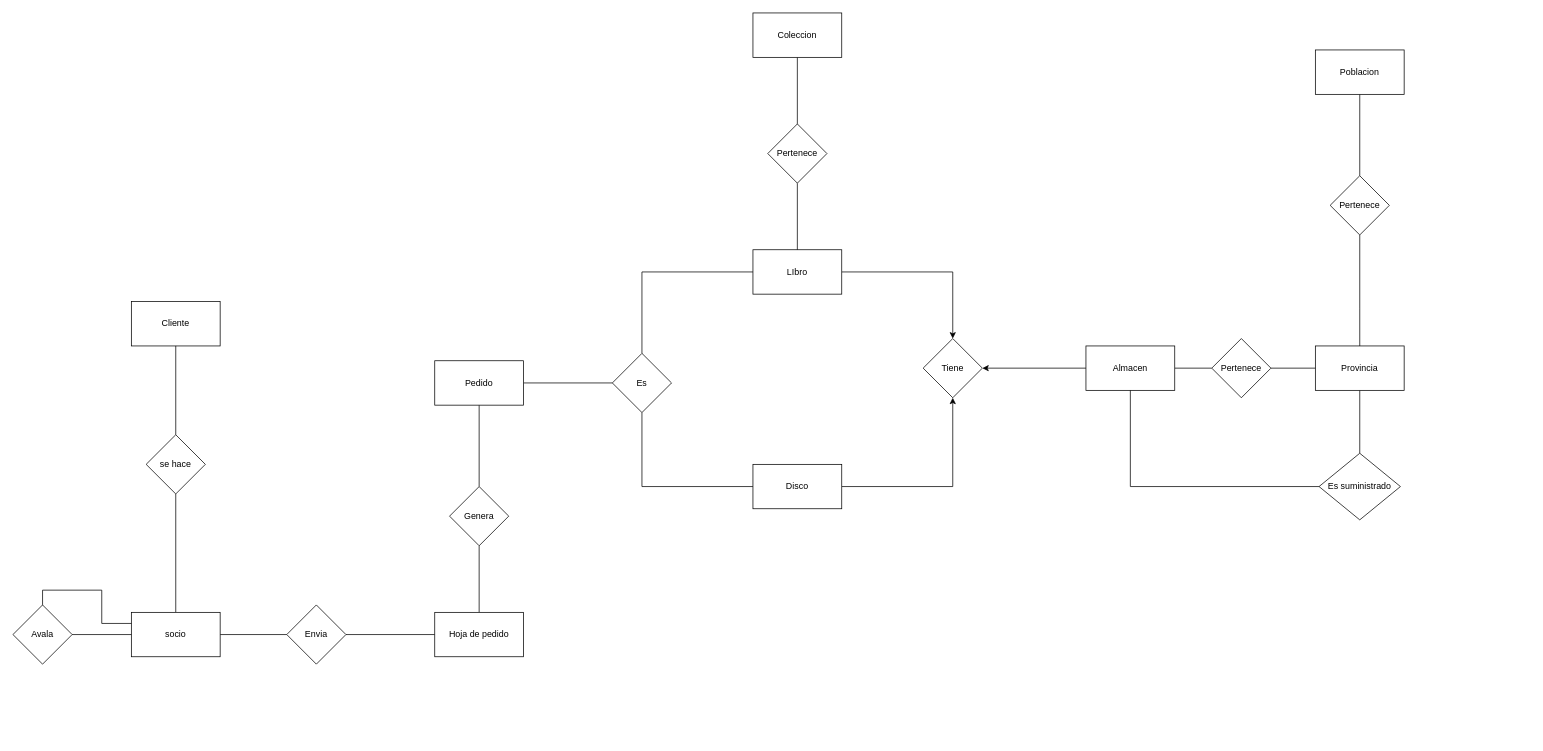
The draw.io diagram ejercicio4.drawio in victorsanchezr/abril23diagrama, before the edit. Source tidied: cells renumbered, new cells numbered last; positions are measured from the earlier drawing's top-left corner, leaving out a move shared by most shapes. Both pictures are drawn from the tidied source at 74%, with x=0, y=0 at pixel (13, 13).
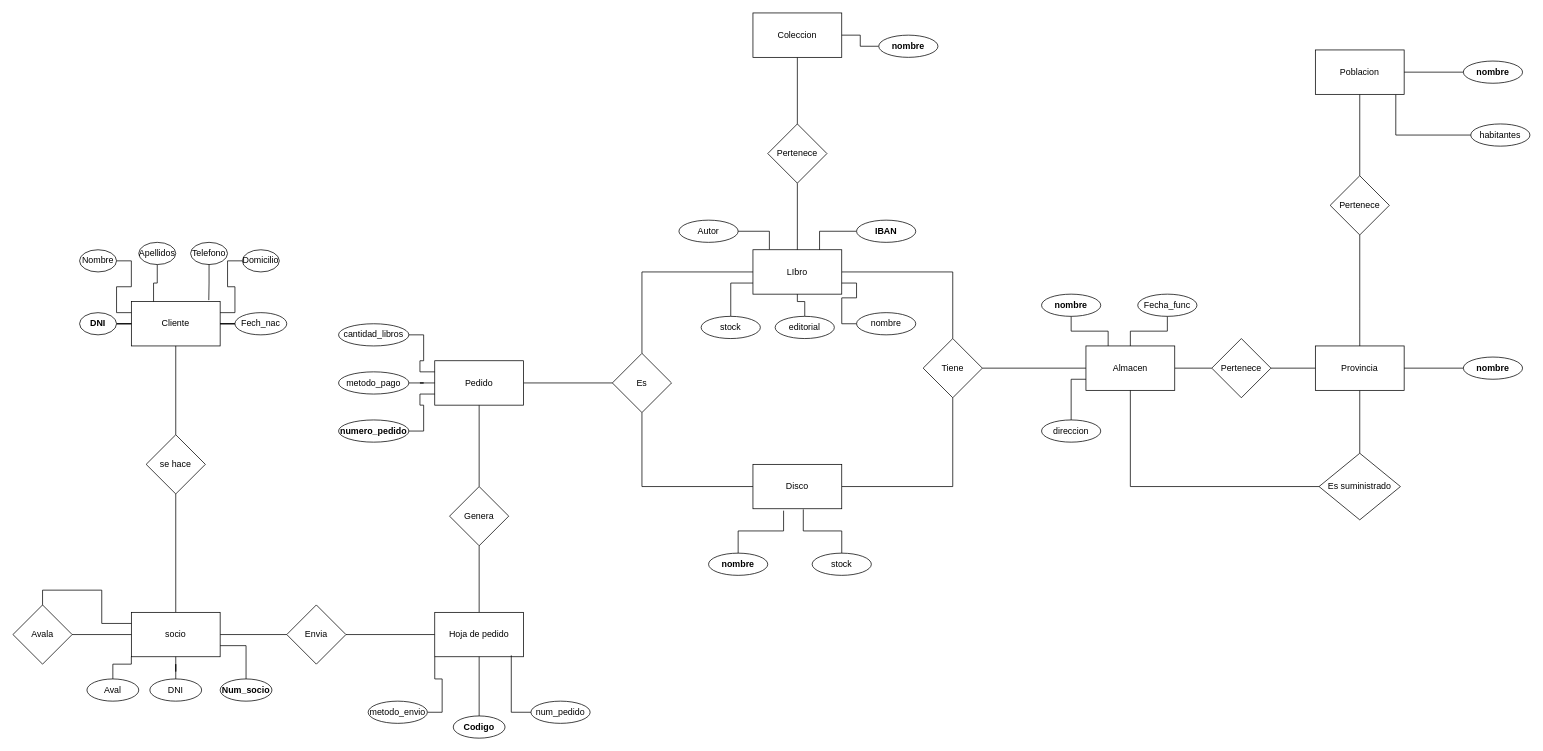
The same diagram, later.

Unchanged cells that the change refers to:
```xml
<mxCell id="2" value="Cliente" style="rounded=0;whiteSpace=wrap;html=1;" parent="1" vertex="1">
  <mxGeometry x="160" y="390" width="120" height="60" as="geometry" />
</mxCell>
<mxCell id="7" value="socio" style="rounded=0;whiteSpace=wrap;html=1;" parent="1" vertex="1">
  <mxGeometry x="160" y="810" width="120" height="60" as="geometry" />
</mxCell>
<mxCell id="14" value="Hoja de pedido" style="rounded=0;whiteSpace=wrap;html=1;" parent="1" vertex="1">
  <mxGeometry x="570" y="810" width="120" height="60" as="geometry" />
</mxCell>
<mxCell id="18" value="Pedido" style="rounded=0;whiteSpace=wrap;html=1;" parent="1" vertex="1">
  <mxGeometry x="570" y="470" width="120" height="60" as="geometry" />
</mxCell>
<mxCell id="22" value="LIbro" style="rounded=0;whiteSpace=wrap;html=1;" parent="1" vertex="1">
  <mxGeometry x="1000" y="320" width="120" height="60" as="geometry" />
</mxCell>
<mxCell id="25" value="Disco" style="rounded=0;whiteSpace=wrap;html=1;" parent="1" vertex="1">
  <mxGeometry x="1000" y="610" width="120" height="60" as="geometry" />
</mxCell>
<mxCell id="29" value="Coleccion" style="rounded=0;whiteSpace=wrap;html=1;" parent="1" vertex="1">
  <mxGeometry x="1000" width="120" height="60" as="geometry" />
</mxCell>
<mxCell id="30" value="Tiene" style="rhombus;whiteSpace=wrap;html=1;" parent="1" vertex="1">
  <mxGeometry x="1230" y="440" width="80" height="80" as="geometry" />
</mxCell>
<mxCell id="33" value="Almacen" style="rounded=0;whiteSpace=wrap;html=1;" parent="1" vertex="1">
  <mxGeometry x="1450" y="450" width="120" height="60" as="geometry" />
</mxCell>
<mxCell id="37" value="Provincia" style="rounded=0;whiteSpace=wrap;html=1;" parent="1" vertex="1">
  <mxGeometry x="1760" y="450" width="120" height="60" as="geometry" />
</mxCell>
<mxCell id="43" value="Poblacion" style="rounded=0;whiteSpace=wrap;html=1;" parent="1" vertex="1">
  <mxGeometry x="1760" y="50" width="120" height="60" as="geometry" />
</mxCell>
```

The edit, as a diff of the source:
```diff
@@
-    <mxCell id="21" style="edgeStyle=orthogonalEdgeStyle;rounded=0;jettySize=auto;html=1;entryX=0.5;entryY=0;entryDx=0;entryDy=0;" parent="1" edge="1" source="22" target="30">
+    <mxCell id="21" style="edgeStyle=orthogonalEdgeStyle;rounded=0;jettySize=auto;html=1;entryX=0.5;entryY=0;entryDx=0;entryDy=0;endArrow=none;endFill=0;" parent="1" edge="1" source="22" target="30">
       <mxGeometry relative="1" as="geometry" />
     </mxCell>
@@
-    <mxCell id="24" style="edgeStyle=orthogonalEdgeStyle;rounded=0;jettySize=auto;html=1;entryX=0.5;entryY=1;entryDx=0;entryDy=0;" parent="1" edge="1" source="25" target="30">
+    <mxCell id="24" style="edgeStyle=orthogonalEdgeStyle;rounded=0;jettySize=auto;html=1;entryX=0.5;entryY=1;entryDx=0;entryDy=0;endArrow=none;endFill=0;" parent="1" edge="1" source="25" target="30">
       <mxGeometry relative="1" as="geometry" />
     </mxCell>
@@
-    <mxCell id="31" style="edgeStyle=orthogonalEdgeStyle;rounded=0;jettySize=auto;html=1;entryX=1;entryY=0.5;entryDx=0;entryDy=0;" parent="1" edge="1" source="33" target="30">
+    <mxCell id="31" style="edgeStyle=orthogonalEdgeStyle;rounded=0;jettySize=auto;html=1;entryX=1;entryY=0.5;entryDx=0;entryDy=0;endArrow=none;endFill=0;" parent="1" edge="1" source="33" target="30">
       <mxGeometry relative="1" as="geometry" />
     </mxCell>
@@
+    <mxCell id="44" style="edgeStyle=orthogonalEdgeStyle;rounded=0;jettySize=auto;html=1;entryX=0;entryY=0.25;entryDx=0;entryDy=0;endArrow=none;endFill=0;" parent="1" edge="1" source="45" target="2">
+      <mxGeometry relative="1" as="geometry" />
+    </mxCell>
+    <mxCell id="45" value="Nombre" style="ellipse;whiteSpace=wrap;html=1;" parent="1" vertex="1">
+      <mxGeometry x="90" y="320" width="50" height="30" as="geometry" />
+    </mxCell>
+    <mxCell id="46" style="edgeStyle=orthogonalEdgeStyle;rounded=0;jettySize=auto;html=1;entryX=0.25;entryY=0;entryDx=0;entryDy=0;endArrow=none;endFill=0;" parent="1" edge="1" source="47" target="2">
+      <mxGeometry relative="1" as="geometry" />
+    </mxCell>
+    <mxCell id="47" value="Apellidos" style="ellipse;whiteSpace=wrap;html=1;" parent="1" vertex="1">
+      <mxGeometry x="170" y="310" width="50" height="30" as="geometry" />
+    </mxCell>
+    <mxCell id="48" value="Telefono" style="ellipse;whiteSpace=wrap;html=1;" parent="1" vertex="1">
+      <mxGeometry x="240" y="310" width="50" height="30" as="geometry" />
+    </mxCell>
+    <mxCell id="49" style="edgeStyle=orthogonalEdgeStyle;rounded=0;jettySize=auto;html=1;endArrow=none;endFill=0;" parent="1" edge="1" source="50" target="2">
+      <mxGeometry relative="1" as="geometry" />
+    </mxCell>
+    <mxCell id="50" value="&lt;b&gt;DNI&lt;/b&gt;" style="ellipse;whiteSpace=wrap;html=1;" parent="1" vertex="1">
+      <mxGeometry x="90" y="405" width="50" height="30" as="geometry" />
+    </mxCell>
+    <mxCell id="51" style="edgeStyle=orthogonalEdgeStyle;rounded=0;jettySize=auto;html=1;endArrow=none;endFill=0;" parent="1" edge="1" source="52" target="2">
+      <mxGeometry relative="1" as="geometry" />
+    </mxCell>
+    <mxCell id="52" value="Fech_nac" style="ellipse;whiteSpace=wrap;html=1;" parent="1" vertex="1">
+      <mxGeometry x="300" y="405" width="70" height="30" as="geometry" />
+    </mxCell>
+    <mxCell id="53" style="edgeStyle=orthogonalEdgeStyle;rounded=0;jettySize=auto;html=1;entryX=1;entryY=0.25;entryDx=0;entryDy=0;endArrow=none;endFill=0;" parent="1" edge="1" source="54" target="2">
+      <mxGeometry relative="1" as="geometry" />
+    </mxCell>
+    <mxCell id="54" value="Domicilio" style="ellipse;whiteSpace=wrap;html=1;" parent="1" vertex="1">
+      <mxGeometry x="310" y="320" width="50" height="30" as="geometry" />
+    </mxCell>
+    <mxCell id="55" style="edgeStyle=orthogonalEdgeStyle;rounded=0;jettySize=auto;html=1;entryX=0.872;entryY=-0.032;entryDx=0;entryDy=0;entryPerimeter=0;endArrow=none;endFill=0;" parent="1" edge="1" source="48" target="2">
+      <mxGeometry relative="1" as="geometry" />
+    </mxCell>
+    <mxCell id="56" style="edgeStyle=orthogonalEdgeStyle;rounded=0;jettySize=auto;html=1;entryX=0;entryY=1;entryDx=0;entryDy=0;endArrow=none;endFill=0;" parent="1" edge="1" source="57" target="7">
+      <mxGeometry relative="1" as="geometry" />
+    </mxCell>
+    <mxCell id="57" value="Aval" style="ellipse;whiteSpace=wrap;html=1;" parent="1" vertex="1">
+      <mxGeometry x="100" y="900" width="70" height="30" as="geometry" />
+    </mxCell>
+    <mxCell id="58" style="edgeStyle=orthogonalEdgeStyle;rounded=0;jettySize=auto;html=1;entryX=0.5;entryY=1;entryDx=0;entryDy=0;endArrow=none;endFill=0;" parent="1" edge="1" source="59" target="7">
+      <mxGeometry relative="1" as="geometry" />
+    </mxCell>
+    <mxCell id="59" value="DNI" style="ellipse;whiteSpace=wrap;html=1;" parent="1" vertex="1">
+      <mxGeometry x="185" y="900" width="70" height="30" as="geometry" />
+    </mxCell>
+    <mxCell id="60" style="edgeStyle=orthogonalEdgeStyle;rounded=0;jettySize=auto;html=1;entryX=1;entryY=0.75;entryDx=0;entryDy=0;endArrow=none;endFill=0;" parent="1" edge="1" source="61" target="7">
+      <mxGeometry relative="1" as="geometry" />
+    </mxCell>
+    <mxCell id="61" value="&lt;b&gt;Num_socio&lt;/b&gt;" style="ellipse;whiteSpace=wrap;html=1;" parent="1" vertex="1">
+      <mxGeometry x="280" y="900" width="70" height="30" as="geometry" />
+    </mxCell>
+    <mxCell id="62" style="edgeStyle=orthogonalEdgeStyle;rounded=0;jettySize=auto;html=1;entryX=0.5;entryY=1;entryDx=0;entryDy=0;endArrow=none;endFill=0;" parent="1" edge="1" source="63" target="14">
+      <mxGeometry relative="1" as="geometry" />
+    </mxCell>
+    <mxCell id="63" value="&lt;b&gt;Codigo&lt;/b&gt;" style="ellipse;whiteSpace=wrap;html=1;" parent="1" vertex="1">
+      <mxGeometry x="595" y="950" width="70" height="30" as="geometry" />
+    </mxCell>
+    <mxCell id="64" style="edgeStyle=orthogonalEdgeStyle;rounded=0;jettySize=auto;html=1;entryX=0;entryY=1;entryDx=0;entryDy=0;endArrow=none;endFill=0;" parent="1" edge="1" source="65" target="14">
+      <mxGeometry relative="1" as="geometry" />
+    </mxCell>
+    <mxCell id="65" value="metodo_envio" style="ellipse;whiteSpace=wrap;html=1;" parent="1" vertex="1">
+      <mxGeometry x="480" y="930" width="80" height="30" as="geometry" />
+    </mxCell>
+    <mxCell id="66" value="num_pedido" style="ellipse;whiteSpace=wrap;html=1;" parent="1" vertex="1">
+      <mxGeometry x="700" y="930" width="80" height="30" as="geometry" />
+    </mxCell>
+    <mxCell id="67" style="edgeStyle=orthogonalEdgeStyle;rounded=0;jettySize=auto;html=1;entryX=0.862;entryY=0.969;entryDx=0;entryDy=0;entryPerimeter=0;endArrow=none;endFill=0;" parent="1" edge="1" source="66" target="14">
+      <mxGeometry relative="1" as="geometry" />
+    </mxCell>
+    <mxCell id="68" style="edgeStyle=orthogonalEdgeStyle;rounded=0;jettySize=auto;html=1;entryX=0;entryY=0.5;entryDx=0;entryDy=0;endArrow=none;endFill=0;" parent="1" edge="1" source="69" target="18">
+      <mxGeometry relative="1" as="geometry" />
+    </mxCell>
+    <mxCell id="69" value="metodo_pago" style="ellipse;whiteSpace=wrap;html=1;" parent="1" vertex="1">
+      <mxGeometry x="440" y="485" width="95" height="30" as="geometry" />
+    </mxCell>
+    <mxCell id="70" style="edgeStyle=orthogonalEdgeStyle;rounded=0;jettySize=auto;html=1;entryX=0;entryY=0.75;entryDx=0;entryDy=0;endArrow=none;endFill=0;" parent="1" edge="1" source="71" target="18">
+      <mxGeometry relative="1" as="geometry" />
+    </mxCell>
+    <mxCell id="71" value="&lt;b&gt;numero_pedido&lt;/b&gt;" style="ellipse;whiteSpace=wrap;html=1;" parent="1" vertex="1">
+      <mxGeometry x="440" y="550" width="95" height="30" as="geometry" />
+    </mxCell>
+    <mxCell id="72" style="edgeStyle=orthogonalEdgeStyle;rounded=0;jettySize=auto;html=1;entryX=0;entryY=0.25;entryDx=0;entryDy=0;endArrow=none;endFill=0;" parent="1" edge="1" source="73" target="18">
+      <mxGeometry relative="1" as="geometry" />
+    </mxCell>
+    <mxCell id="73" value="cantidad_libros" style="ellipse;whiteSpace=wrap;html=1;" parent="1" vertex="1">
+      <mxGeometry x="440" y="420" width="95" height="30" as="geometry" />
+    </mxCell>
+    <mxCell id="74" value="&lt;b&gt;nombre&lt;/b&gt;" style="ellipse;whiteSpace=wrap;html=1;" parent="1" vertex="1">
+      <mxGeometry x="940" y="730" width="80" height="30" as="geometry" />
+    </mxCell>
+    <mxCell id="75" value="stock" style="ellipse;whiteSpace=wrap;html=1;" parent="1" vertex="1">
+      <mxGeometry x="1080" y="730" width="80" height="30" as="geometry" />
+    </mxCell>
+    <mxCell id="76" style="edgeStyle=orthogonalEdgeStyle;rounded=0;jettySize=auto;html=1;entryX=0.345;entryY=1.043;entryDx=0;entryDy=0;entryPerimeter=0;endArrow=none;endFill=0;" parent="1" edge="1" source="74" target="25">
+      <mxGeometry relative="1" as="geometry" />
+    </mxCell>
+    <mxCell id="77" style="edgeStyle=orthogonalEdgeStyle;rounded=0;jettySize=auto;html=1;entryX=0.567;entryY=1.014;entryDx=0;entryDy=0;entryPerimeter=0;endArrow=none;endFill=0;" parent="1" edge="1" source="75" target="25">
+      <mxGeometry relative="1" as="geometry" />
+    </mxCell>
+    <mxCell id="78" style="edgeStyle=orthogonalEdgeStyle;rounded=0;jettySize=auto;html=1;entryX=0;entryY=0.75;entryDx=0;entryDy=0;endArrow=none;endFill=0;" parent="1" edge="1" source="79" target="22">
+      <mxGeometry relative="1" as="geometry" />
+    </mxCell>
+    <mxCell id="79" value="stock" style="ellipse;whiteSpace=wrap;html=1;" parent="1" vertex="1">
+      <mxGeometry x="930" y="410" width="80" height="30" as="geometry" />
+    </mxCell>
+    <mxCell id="80" style="edgeStyle=orthogonalEdgeStyle;rounded=0;jettySize=auto;html=1;endArrow=none;endFill=0;" parent="1" edge="1" source="81" target="22">
+      <mxGeometry relative="1" as="geometry" />
+    </mxCell>
+    <mxCell id="81" value="editorial" style="ellipse;whiteSpace=wrap;html=1;" parent="1" vertex="1">
+      <mxGeometry x="1030" y="410" width="80" height="30" as="geometry" />
+    </mxCell>
+    <mxCell id="82" style="edgeStyle=orthogonalEdgeStyle;rounded=0;jettySize=auto;html=1;entryX=1;entryY=0.75;entryDx=0;entryDy=0;endArrow=none;endFill=0;" parent="1" edge="1" source="83" target="22">
+      <mxGeometry relative="1" as="geometry" />
+    </mxCell>
+    <mxCell id="83" value="nombre" style="ellipse;whiteSpace=wrap;html=1;" parent="1" vertex="1">
+      <mxGeometry x="1140" y="405" width="80" height="30" as="geometry" />
+    </mxCell>
+    <mxCell id="84" value="Autor" style="ellipse;whiteSpace=wrap;html=1;" parent="1" vertex="1">
+      <mxGeometry x="900" y="280" width="80" height="30" as="geometry" />
+    </mxCell>
+    <mxCell id="85" style="edgeStyle=orthogonalEdgeStyle;rounded=0;jettySize=auto;html=1;entryX=0.75;entryY=0;entryDx=0;entryDy=0;endArrow=none;endFill=0;" parent="1" edge="1" source="86" target="22">
+      <mxGeometry relative="1" as="geometry" />
+    </mxCell>
+    <mxCell id="86" value="&lt;b&gt;IBAN&lt;/b&gt;" style="ellipse;whiteSpace=wrap;html=1;" parent="1" vertex="1">
+      <mxGeometry x="1140" y="280" width="80" height="30" as="geometry" />
+    </mxCell>
+    <mxCell id="87" style="edgeStyle=orthogonalEdgeStyle;rounded=0;jettySize=auto;html=1;entryX=0.185;entryY=-0.007;entryDx=0;entryDy=0;entryPerimeter=0;endArrow=none;endFill=0;" parent="1" edge="1" source="84" target="22">
+      <mxGeometry relative="1" as="geometry" />
+    </mxCell>
+    <mxCell id="88" style="edgeStyle=orthogonalEdgeStyle;rounded=0;jettySize=auto;html=1;endArrow=none;endFill=0;" parent="1" edge="1" source="89" target="29">
+      <mxGeometry relative="1" as="geometry" />
+    </mxCell>
+    <mxCell id="89" value="&lt;b&gt;nombre&lt;/b&gt;" style="ellipse;whiteSpace=wrap;html=1;" parent="1" vertex="1">
+      <mxGeometry x="1170" y="30" width="80" height="30" as="geometry" />
+    </mxCell>
+    <mxCell id="90" style="edgeStyle=orthogonalEdgeStyle;rounded=0;jettySize=auto;html=1;entryX=0.25;entryY=0;entryDx=0;entryDy=0;endArrow=none;endFill=0;" parent="1" edge="1" source="91" target="33">
+      <mxGeometry relative="1" as="geometry" />
+    </mxCell>
+    <mxCell id="91" value="&lt;b&gt;nombre&lt;/b&gt;" style="ellipse;whiteSpace=wrap;html=1;" parent="1" vertex="1">
+      <mxGeometry x="1390" y="380" width="80" height="30" as="geometry" />
+    </mxCell>
+    <mxCell id="92" style="edgeStyle=orthogonalEdgeStyle;rounded=0;jettySize=auto;html=1;entryX=0;entryY=0.75;entryDx=0;entryDy=0;endArrow=none;endFill=0;" parent="1" edge="1" source="93" target="33">
+      <mxGeometry relative="1" as="geometry" />
+    </mxCell>
+    <mxCell id="93" value="direccion" style="ellipse;whiteSpace=wrap;html=1;" parent="1" vertex="1">
+      <mxGeometry x="1390" y="550" width="80" height="30" as="geometry" />
+    </mxCell>
+    <mxCell id="94" style="edgeStyle=orthogonalEdgeStyle;rounded=0;jettySize=auto;html=1;endArrow=none;endFill=0;" parent="1" edge="1" source="95" target="33">
+      <mxGeometry relative="1" as="geometry" />
+    </mxCell>
+    <mxCell id="95" value="Fecha_func" style="ellipse;whiteSpace=wrap;html=1;" parent="1" vertex="1">
+      <mxGeometry x="1520" y="380" width="80" height="30" as="geometry" />
+    </mxCell>
+    <mxCell id="96" style="edgeStyle=orthogonalEdgeStyle;rounded=0;jettySize=auto;html=1;entryX=1;entryY=0.5;entryDx=0;entryDy=0;endArrow=none;endFill=0;" parent="1" edge="1" source="97" target="37">
+      <mxGeometry relative="1" as="geometry" />
+    </mxCell>
+    <mxCell id="97" value="&lt;b&gt;nombre&lt;/b&gt;" style="ellipse;whiteSpace=wrap;html=1;" parent="1" vertex="1">
+      <mxGeometry x="1960" y="465" width="80" height="30" as="geometry" />
+    </mxCell>
+    <mxCell id="98" style="edgeStyle=orthogonalEdgeStyle;rounded=0;jettySize=auto;html=1;endArrow=none;endFill=0;" parent="1" edge="1" source="99" target="43">
+      <mxGeometry relative="1" as="geometry" />
+    </mxCell>
+    <mxCell id="99" value="&lt;b&gt;nombre&lt;/b&gt;" style="ellipse;whiteSpace=wrap;html=1;" parent="1" vertex="1">
+      <mxGeometry x="1960" y="65" width="80" height="30" as="geometry" />
+    </mxCell>
+    <mxCell id="100" value="habitantes" style="ellipse;whiteSpace=wrap;html=1;" parent="1" vertex="1">
+      <mxGeometry x="1970" y="150" width="80" height="30" as="geometry" />
+    </mxCell>
+    <mxCell id="101" style="edgeStyle=orthogonalEdgeStyle;rounded=0;jettySize=auto;html=1;entryX=0.906;entryY=1.01;entryDx=0;entryDy=0;entryPerimeter=0;endArrow=none;endFill=0;" parent="1" edge="1" source="100" target="43">
+      <mxGeometry relative="1" as="geometry" />
+    </mxCell>
```
